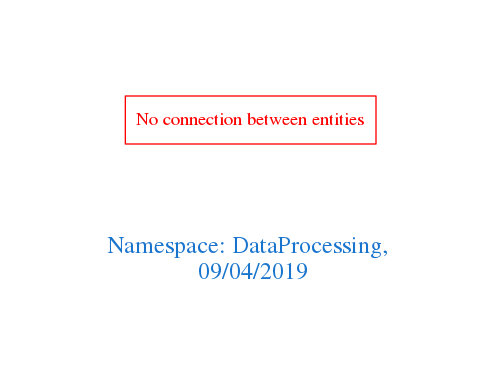
arago/OGIT keeps this Graphviz diagram as downloads/DataProcessing.png. Above is the earlier version. Its source is kept beside it as downloads/DataProcessing.dot.
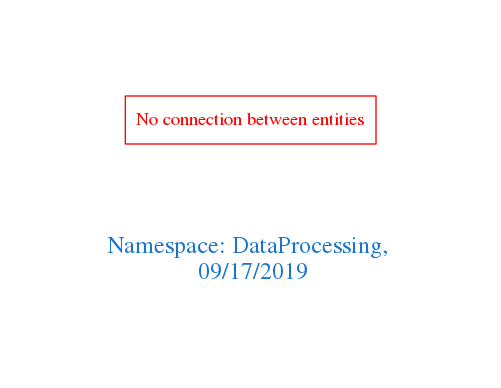
The same file after the commit.

What changed in the source:
```diff
@@ -1,7 +1,7 @@
 digraph OGIT_ontology {
  graph [ rankdir= LR,pad=1
 fontsize = 18,
-fontcolor= dodgerblue3,label = "\n\n\nNamespace: DataProcessing, \n 09/04/2019"];
+fontcolor= dodgerblue3,label = "\n\n\nNamespace: DataProcessing, \n 09/17/2019"];
 node[shape=polygon];
 edge [  color="gray81"];
 
```
